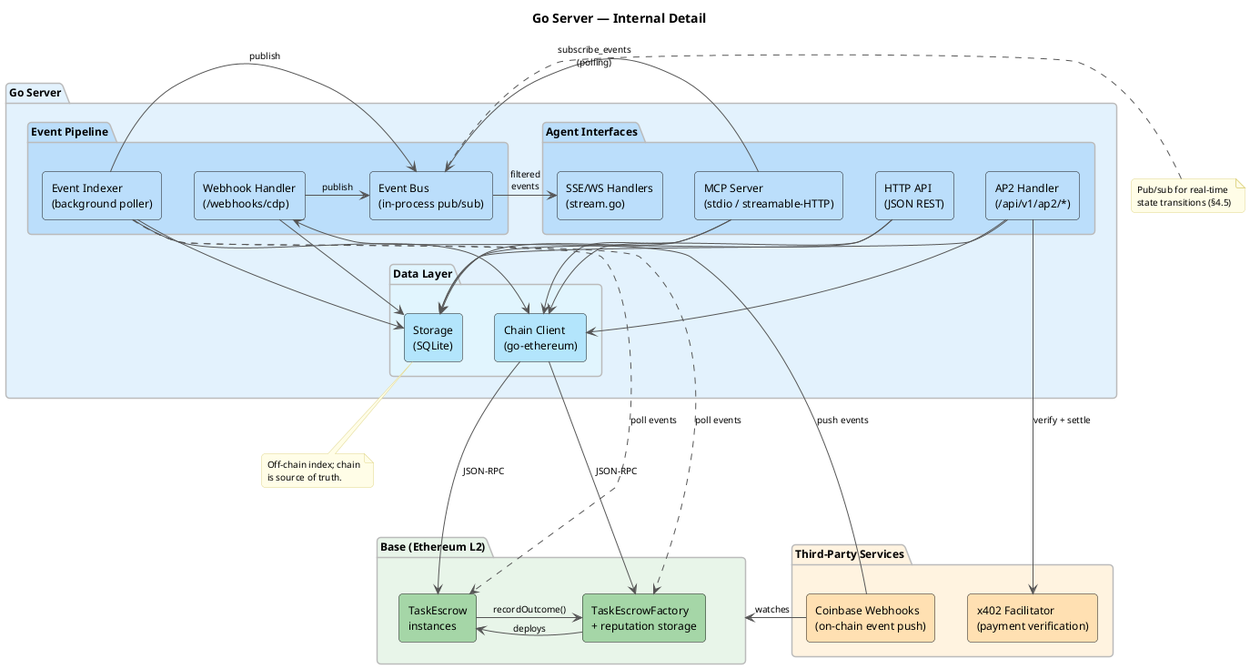
The PlantUML diagram docs/diagrams/architecture-detail.png in eddiefleurent/agent-escrow, before a commit. Source of this version:
```plantuml
@startuml architecture-detail
skinparam backgroundColor #FFFFFF
skinparam componentStyle rectangle
skinparam defaultFontName "Helvetica"
skinparam defaultFontSize 12
skinparam shadowing false
skinparam roundCorner 8
skinparam ArrowColor #555555
skinparam ArrowFontSize 10

skinparam package {
  BorderColor #BBBBBB
  FontStyle bold
}

skinparam note {
  BackgroundColor #FFFDE7
  BorderColor #E0D68A
  FontSize 10
}

title Go Server — Internal Detail

package "Go Server" as server #E3F2FD {
  package "Agent Interfaces" as ifaces #BBDEFB {
    [MCP Server\n(stdio / streamable-HTTP)] as mcp_server #BBDEFB
    [HTTP API\n(JSON REST)] as http_api #BBDEFB
    [AP2 Handler\n(/api/v1/ap2/*)] as ap2 #BBDEFB
    [SSE/WS Handlers\n(stream.go)] as stream_handler #BBDEFB
  }

  package "Event Pipeline" as pipeline #BBDEFB {
    [Event Indexer\n(background poller)] as indexer #BBDEFB
    [Webhook Handler\n(/webhooks/cdp)] as webhook #BBDEFB
    [Event Bus\n(in-process pub/sub)] as event_bus #BBDEFB
  }

  package "Data Layer" as data #E1F5FE {
    [Chain Client\n(go-ethereum)] as chain_client #B3E5FC
    [Storage\n(SQLite)] as storage #B3E5FC
  }

  mcp_server -down-> chain_client
  mcp_server -down-> storage
  mcp_server -right-> event_bus : subscribe_events\n(polling)
  http_api -down-> chain_client
  http_api -down-> storage
  ap2 -down-> chain_client
  ap2 -down-> storage
  webhook -down-> storage
  webhook -right-> event_bus : publish
  indexer -down-> chain_client
  indexer -down-> storage
  indexer -right-> event_bus : publish
  event_bus -right-> stream_handler : filtered\nevents
}

package "Third-Party Services" as external #FFF3E0 {
  [x402 Facilitator\n(payment verification)] as x402 #FFE0B2
  [Coinbase Webhooks\n(on-chain event push)] as cdp #FFE0B2
}

package "Base (Ethereum L2)" as chain_pkg #E8F5E9 {
  [TaskEscrowFactory\n+ reputation storage] as factory #A5D6A7
  [TaskEscrow\ninstances] as escrow #A5D6A7
  factory -right-> escrow : deploys
  escrow -left-> factory : recordOutcome()
}

ap2 -down-> x402 : verify + settle
chain_client -down-> factory : JSON-RPC
chain_client -down-> escrow : JSON-RPC
indexer ..down..> factory : poll events
indexer ..down..> escrow : poll events
cdp -left-> chain_pkg : watches
cdp -up-> webhook : push events

note bottom of storage
  Off-chain index; chain
  is source of truth.
end note

note left of event_bus
  Pub/sub for real-time
  state transitions (§4.5)
end note

@enduml
```
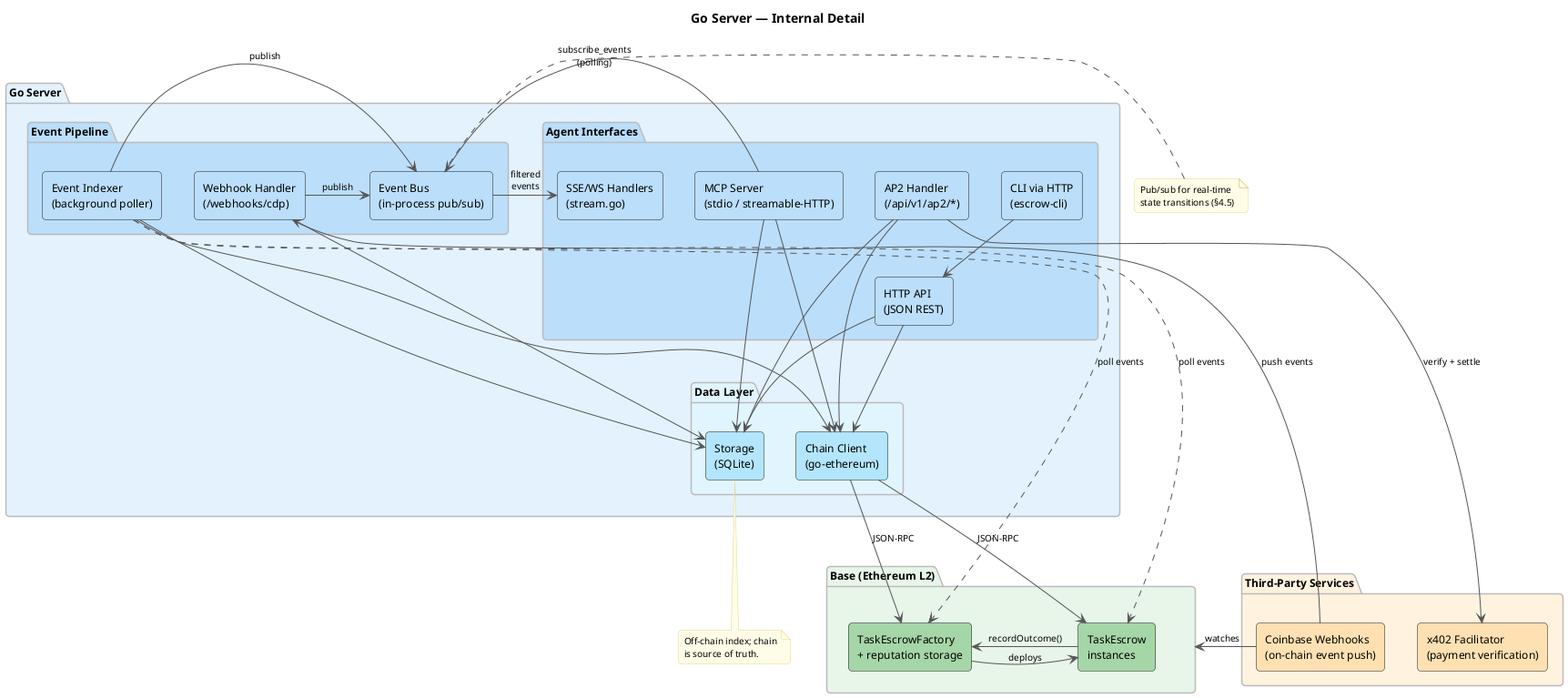
Above is the later version.

Change to the diagram source:
```diff
@@ -23,8 +23,9 @@
 
 package "Go Server" as server #E3F2FD {
   package "Agent Interfaces" as ifaces #BBDEFB {
+    [HTTP API\n(JSON REST)] as http_api #BBDEFB
     [MCP Server\n(stdio / streamable-HTTP)] as mcp_server #BBDEFB
-    [HTTP API\n(JSON REST)] as http_api #BBDEFB
+    [CLI via HTTP\n(escrow-cli)] as cli_iface #BBDEFB
     [AP2 Handler\n(/api/v1/ap2/*)] as ap2 #BBDEFB
     [SSE/WS Handlers\n(stream.go)] as stream_handler #BBDEFB
   }
@@ -40,6 +41,7 @@
     [Storage\n(SQLite)] as storage #B3E5FC
   }
 
+  cli_iface -down-> http_api
   mcp_server -down-> chain_client
   mcp_server -down-> storage
   mcp_server -right-> event_bus : subscribe_events\n(polling)
```
